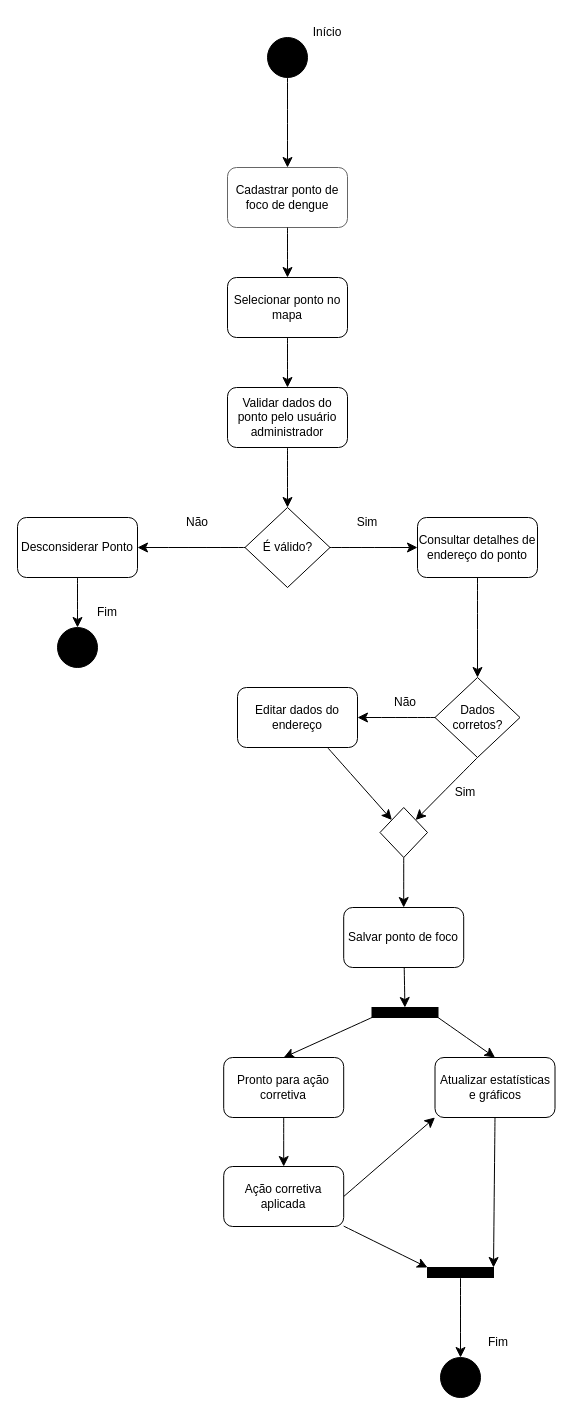
MichelUFSM/diagramas-pds keeps this draw.io diagram as Diagrama Comportamental de Atividades.drawio. Above is the earlier version. Source tidied: cells renumbered, new cells numbered last; positions are measured from the earlier drawing's top-left corner, leaving out a move shared by most shapes. Both pictures are drawn from the tidied source at 100%, with x=0, y=0 at pixel (17, 17).
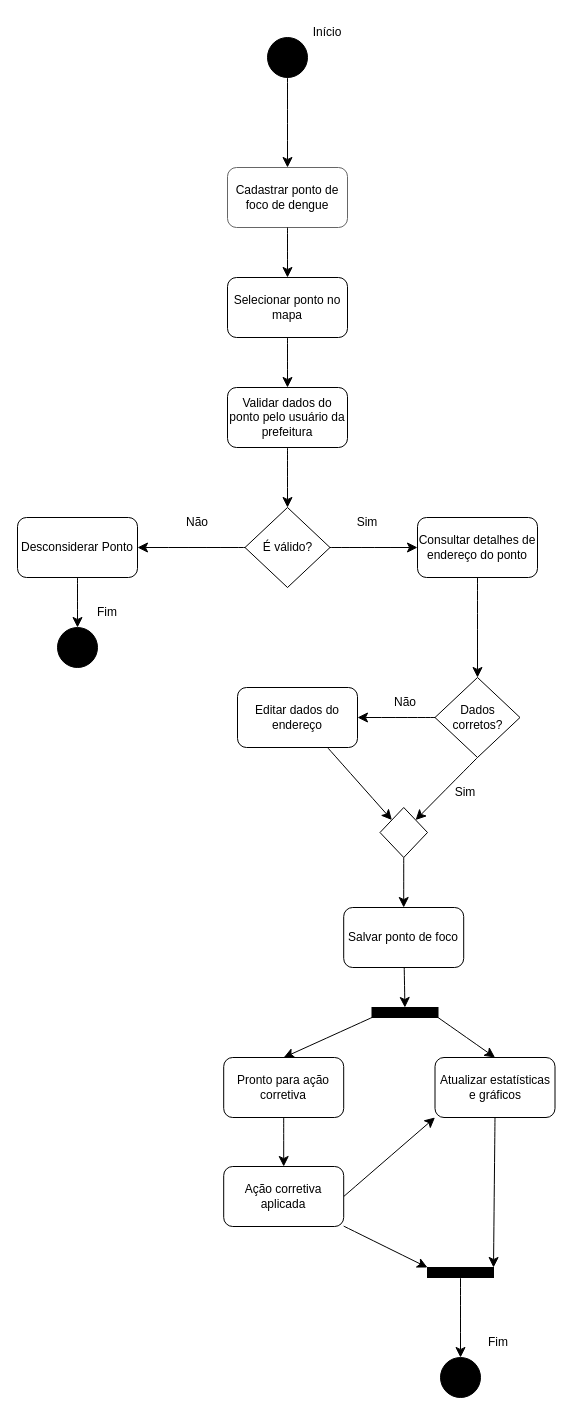
Above is the later version.

Commit message:
Renomeado usuário administrador para usuário da prefeitura

What changed in the source:
```diff
@@
-    <mxCell id="9" value="Validar dados do ponto pelo usuário administrador" style="rounded=1;whiteSpace=wrap;html=1;" parent="1" vertex="1">
+    <mxCell id="9" value="Validar dados do ponto pelo usuário da prefeitura" style="rounded=1;whiteSpace=wrap;html=1;" parent="1" vertex="1">
       <mxGeometry x="210" y="370" width="120" height="60" as="geometry" />
     </mxCell>
```
